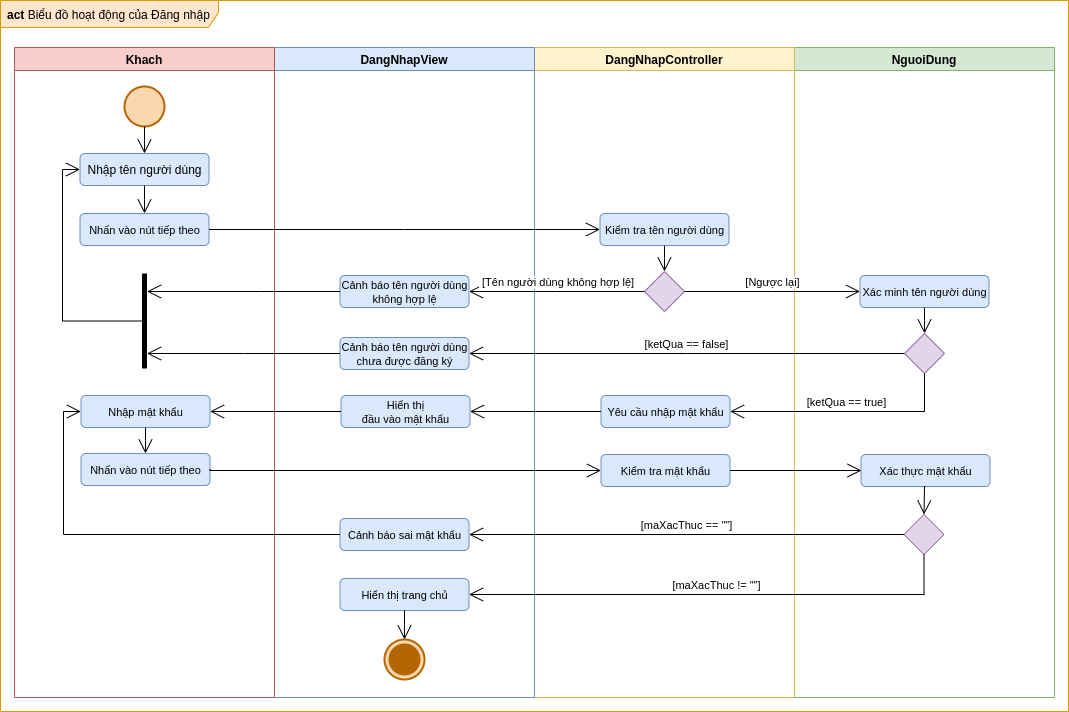
Above: images/Activity Diagram/Login.png in luclegen/medicine16 (draw.io), before the change. Source tidied: cells renumbered, new cells last; positions are measured from the earlier drawing's top-left corner, leaving out a move shared by most shapes.
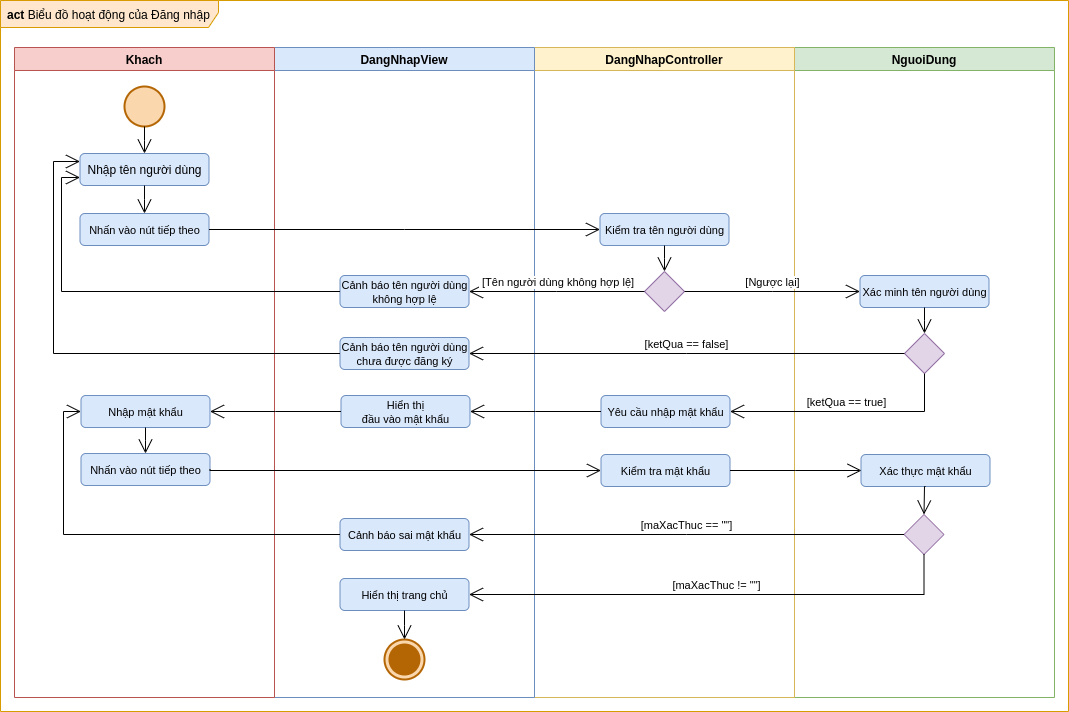
The same diagram one commit later.

Change to the diagram source:
```diff
@@ -95,16 +95,6 @@
     <mxCell id="32" style="edgeStyle=elbowEdgeStyle;html=1;elbow=vertical;verticalAlign=bottom;endArrow=open;rounded=0;endSize=12;exitX=0.5;exitY=1;exitDx=0;exitDy=0;entryX=0.5;entryY=0;entryDx=0;entryDy=0;" parent="24" edge="1" source="30" target="31">
       <mxGeometry relative="1" as="geometry" />
     </mxCell>
-    <mxCell id="33" style="html=1;points=[];perimeter=orthogonalPerimeter;fillColor=#000000;strokeColor=none;" parent="24" vertex="1">
-      <mxGeometry x="127.5" y="226" width="5" height="95" as="geometry" />
-    </mxCell>
-    <mxCell id="34" style="edgeStyle=elbowEdgeStyle;html=1;elbow=vertical;verticalAlign=bottom;endArrow=open;rounded=0;endSize=12;entryX=0;entryY=0.5;entryDx=0;entryDy=0;" parent="24" edge="1" source="33" target="26">
-      <mxGeometry relative="1" as="geometry">
-        <Array as="points">
-          <mxPoint x="48" y="186" />
-        </Array>
-      </mxGeometry>
-    </mxCell>
     <mxCell id="35" value="&amp;nbsp;[Tên người dùng không hợp lệ]" style="edgeStyle=elbowEdgeStyle;html=1;elbow=vertical;verticalAlign=bottom;endArrow=open;rounded=0;endSize=12;entryX=1;entryY=0.5;entryDx=0;entryDy=0;" parent="1" edge="1" source="12" target="17">
       <mxGeometry relative="1" as="geometry" />
     </mxCell>
@@ -137,16 +127,21 @@
         </Array>
       </mxGeometry>
     </mxCell>
-    <mxCell id="43" style="edgeStyle=elbowEdgeStyle;html=1;elbow=vertical;verticalAlign=bottom;endArrow=open;rounded=0;endSize=12;exitX=0;exitY=0.5;exitDx=0;exitDy=0;" parent="1" edge="1" source="17" target="33">
-      <mxGeometry relative="1" as="geometry">
-        <Array as="points">
-          <mxPoint x="259" y="291" />
-        </Array>
-      </mxGeometry>
-    </mxCell>
-    <mxCell id="44" style="edgeStyle=elbowEdgeStyle;html=1;elbow=vertical;verticalAlign=bottom;endArrow=open;rounded=0;endSize=12;exitX=0;exitY=0.5;exitDx=0;exitDy=0;" parent="1" edge="1" source="18" target="33">
-      <mxGeometry relative="1" as="geometry" />
-    </mxCell>
+    <mxCell id="49" style="edgeStyle=elbowEdgeStyle;html=1;elbow=vertical;verticalAlign=bottom;endArrow=open;rounded=0;endSize=12;exitX=0;exitY=0.5;exitDx=0;exitDy=0;entryX=0;entryY=0.75;entryDx=0;entryDy=0;" parent="1" edge="1" source="17" target="26">
+      <mxGeometry relative="1" as="geometry">
+        <Array as="points">
+          <mxPoint x="61" y="291" />
+        </Array>
+      </mxGeometry>
+    </mxCell>
+    <mxCell id="50" style="edgeStyle=elbowEdgeStyle;html=1;elbow=vertical;verticalAlign=bottom;endArrow=open;rounded=0;endSize=12;exitX=0;exitY=0.5;exitDx=0;exitDy=0;entryX=0;entryY=0.25;entryDx=0;entryDy=0;" parent="1" edge="1" source="18" target="26">
+      <mxGeometry relative="1" as="geometry">
+        <Array as="points">
+          <mxPoint x="53" y="353" />
+          <mxPoint x="53" y="353" />
+        </Array>
+      </mxGeometry>
+    </mxCell>
     <mxCell id="45" style="edgeStyle=elbowEdgeStyle;html=1;elbow=vertical;verticalAlign=bottom;endArrow=open;rounded=0;endSize=12;exitX=0;exitY=0.5;exitDx=0;exitDy=0;entryX=0;entryY=0.5;entryDx=0;entryDy=0;" parent="1" edge="1" source="20" target="30">
       <mxGeometry relative="1" as="geometry">
         <Array as="points">
```
